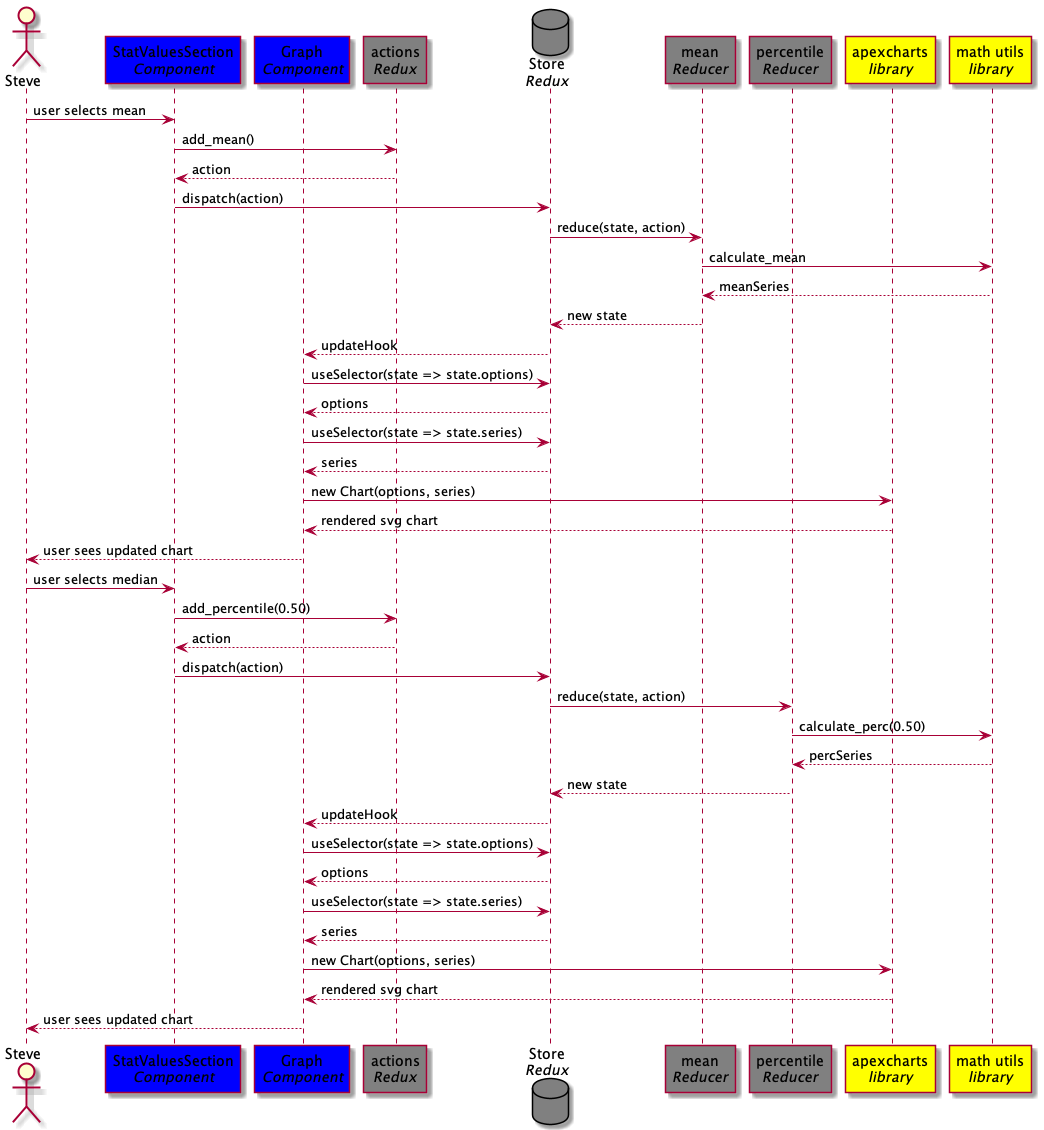
Before: DesignPhase/UML/sequence-diagrams/statistical-values/sequence-diagram.png, a diagram exported from PlantUML (EOSC-synergy/o3webapp). Source of this version:
```plantuml
@startuml
actor Steve
participant "StatValuesSection\n//Component//" as SVS #0000ff
participant "Graph\n//Component//" as Graph #0000ff
participant "actions\n//Redux//" as actions #808080
database "Store\n//Redux//" as Store #808080
participant "mean\n//Reducer//" as meanRD #808080
participant "percentile\n//Reducer//" as percRD #808080
participant "apexcharts\n//library//" as apexcharts #ffff00
participant "math utils\n//library//" as math #ffff00

Steve->SVS: user selects mean
SVS->actions: add_mean()
SVS<--actions: action
SVS->Store: dispatch(action)
Store->meanRD: reduce(state, action)
meanRD->math: calculate_mean
meanRD<--math: meanSeries

Store<--meanRD: new state
Graph<--Store: updateHook
Graph->Store: useSelector(state => state.options)
Graph<--Store: options
Graph->Store: useSelector(state => state.series)
Graph<--Store: series
Graph->apexcharts: new Chart(options, series)
Graph<--apexcharts: rendered svg chart
Steve<--Graph: user sees updated chart


Steve->SVS: user selects median
SVS->actions: add_percentile(0.50)
SVS<--actions: action
SVS->Store: dispatch(action)
Store->percRD: reduce(state, action)
percRD->math: calculate_perc(0.50)
percRD<--math: percSeries

Store<--percRD: new state
Graph<--Store: updateHook
Graph->Store: useSelector(state => state.options)
Graph<--Store: options
Graph->Store: useSelector(state => state.series)
Graph<--Store: series
Graph->apexcharts: new Chart(options, series)
Graph<--apexcharts: rendered svg chart
Steve<--Graph: user sees updated chart


@enduml
```
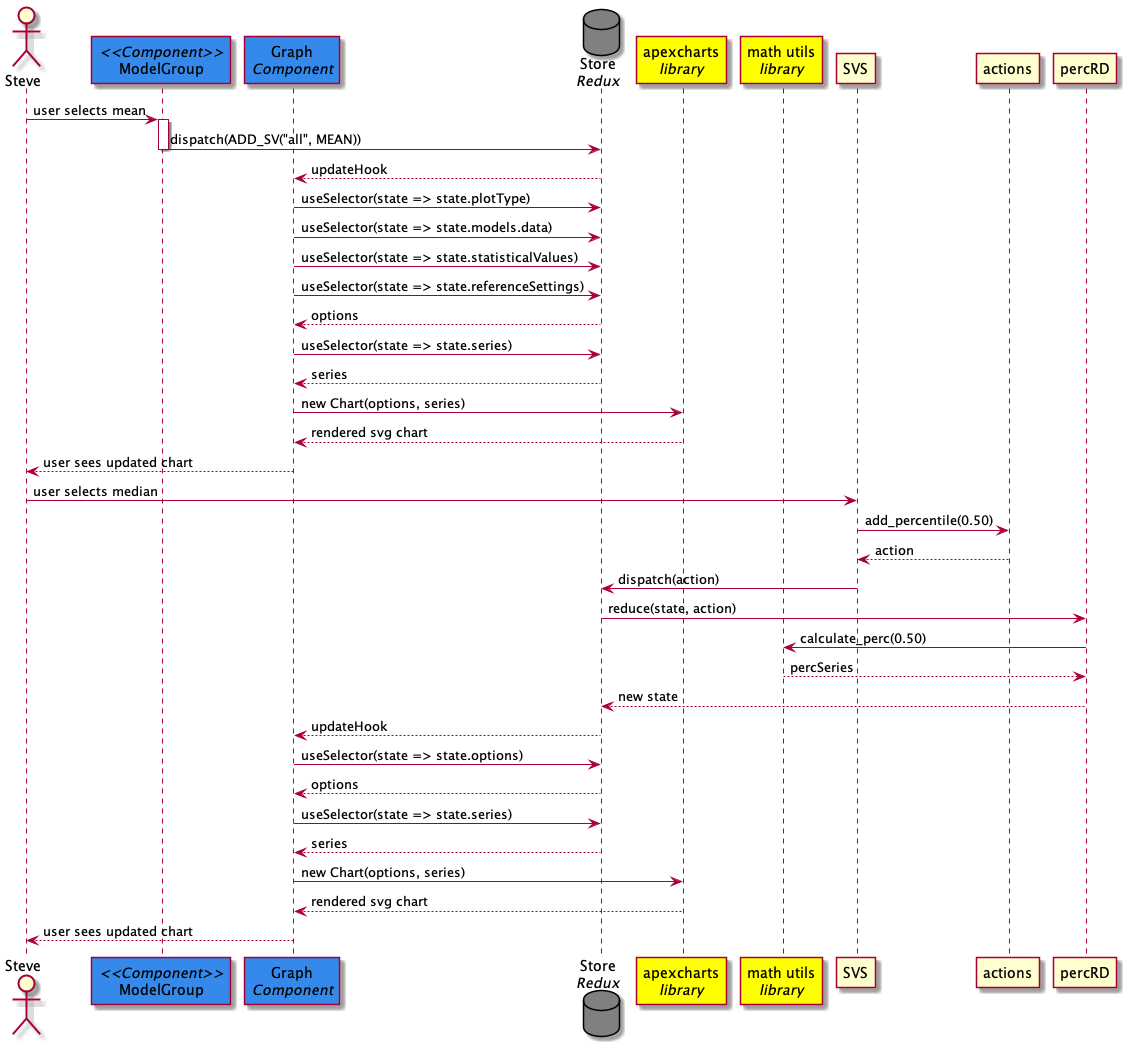
After the commit.

Change to the diagram source:
```diff
@@ -1,25 +1,21 @@
 @startuml
 actor Steve
-participant "StatValuesSection\n//Component//" as SVS #0000ff
-participant "Graph\n//Component//" as Graph #0000ff
-participant "actions\n//Redux//" as actions #808080
+participant "//<<Component>>//\nModelGroup" as MG #3489eb
+participant "Graph\n//Component//" as Graph #3489eb
 database "Store\n//Redux//" as Store #808080
-participant "mean\n//Reducer//" as meanRD #808080
-participant "percentile\n//Reducer//" as percRD #808080
 participant "apexcharts\n//library//" as apexcharts #ffff00
 participant "math utils\n//library//" as math #ffff00
 
-Steve->SVS: user selects mean
-SVS->actions: add_mean()
-SVS<--actions: action
-SVS->Store: dispatch(action)
-Store->meanRD: reduce(state, action)
-meanRD->math: calculate_mean
-meanRD<--math: meanSeries
+Steve->MG: user selects mean
+activate MG
+MG->Store: dispatch(ADD_SV("all", MEAN))
+deactivate MG
+Graph<--Store: updateHook
+Graph->Store: useSelector(state => state.plotType)
+Graph->Store: useSelector(state => state.models.data)
+Graph->Store: useSelector(state => state.statisticalValues)
+Graph->Store: useSelector(state => state.referenceSettings)
 
-Store<--meanRD: new state
-Graph<--Store: updateHook
-Graph->Store: useSelector(state => state.options)
 Graph<--Store: options
 Graph->Store: useSelector(state => state.series)
 Graph<--Store: series
@@ -46,5 +42,4 @@
 Graph<--apexcharts: rendered svg chart
 Steve<--Graph: user sees updated chart
 
-
 @enduml
```
